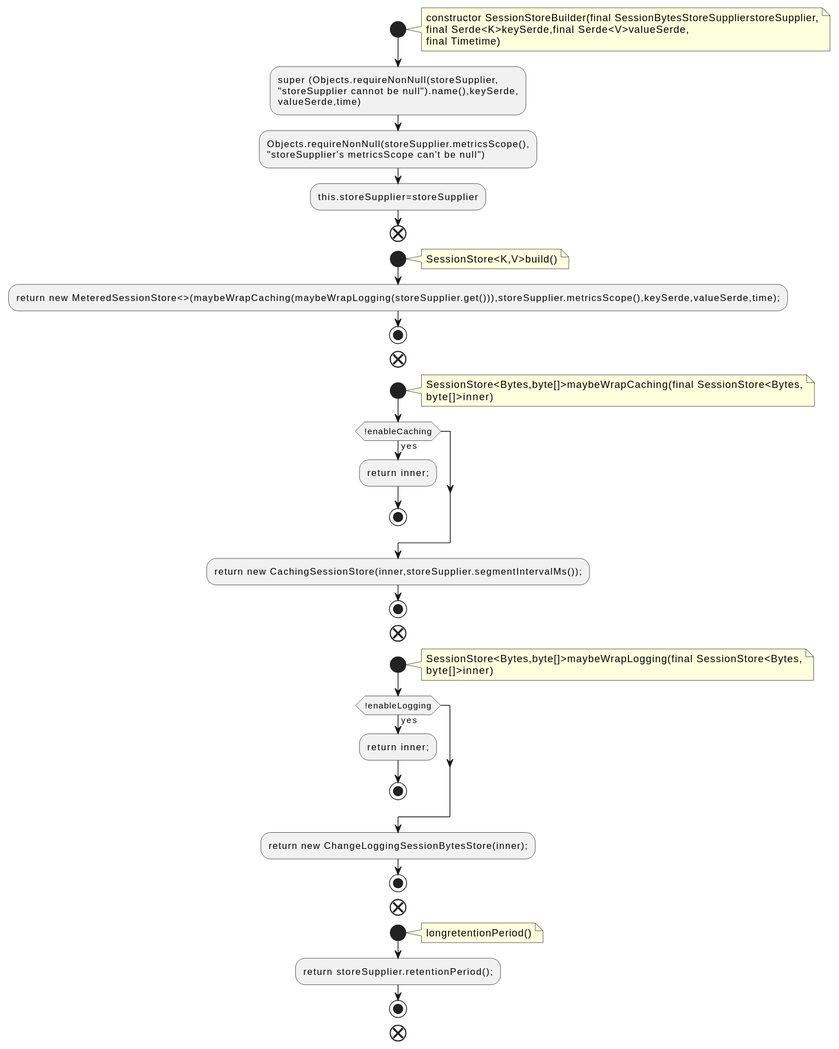
Above: docs/qc/streams/src/main/java/org/apache/kafka/streams/state/internals/SessionStoreBuilder.java.fct.svg in qualitesys/kafka (PlantUML), before the change.
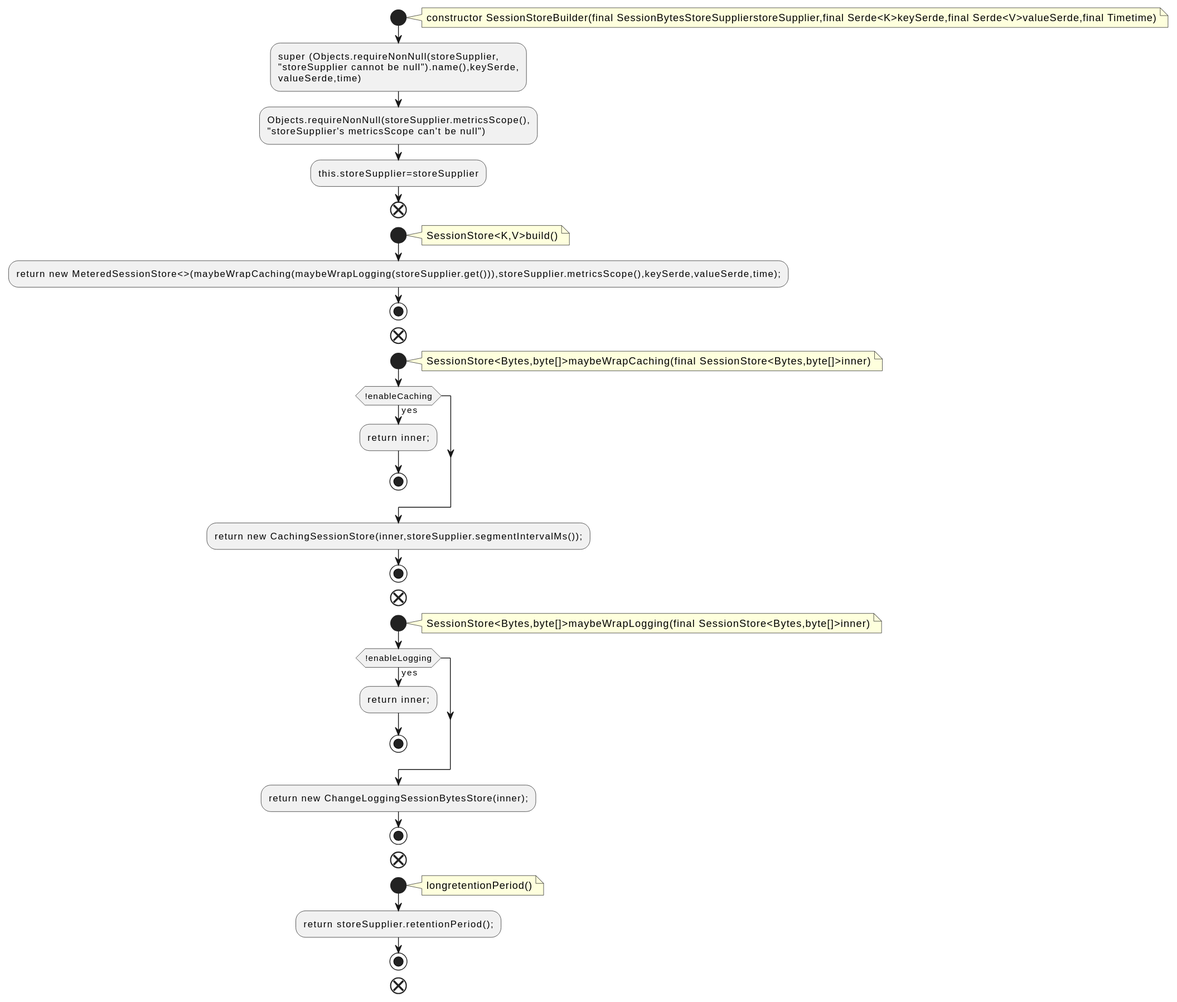
Above is the later version.

The edit, as a diff of the source:
```diff
@@ -2,9 +2,7 @@
 !pragma layout smetana
 start
 note right
-constructor SessionStoreBuilder(final SessionBytesStoreSupplierstoreSupplier,
-final Serde<K>keySerde,final Serde<V>valueSerde,
-final Timetime)
+constructor SessionStoreBuilder(final SessionBytesStoreSupplierstoreSupplier,final Serde<K>keySerde,final Serde<V>valueSerde,final Timetime)
 end note
 :super (Objects.requireNonNull(storeSupplier,
 "storeSupplier cannot be null").name(),keySerde,
@@ -22,8 +20,7 @@
 end
 start
 note right
-SessionStore<Bytes,byte[]>maybeWrapCaching(final SessionStore<Bytes,
-byte[]>inner)
+SessionStore<Bytes,byte[]>maybeWrapCaching(final SessionStore<Bytes,byte[]>inner)
 end note
 if (!enableCaching) then (yes)
 :return inner;;
@@ -34,8 +31,7 @@
 end
 start
 note right
-SessionStore<Bytes,byte[]>maybeWrapLogging(final SessionStore<Bytes,
-byte[]>inner)
+SessionStore<Bytes,byte[]>maybeWrapLogging(final SessionStore<Bytes,byte[]>inner)
 end note
 if (!enableLogging) then (yes)
 :return inner;;
```
